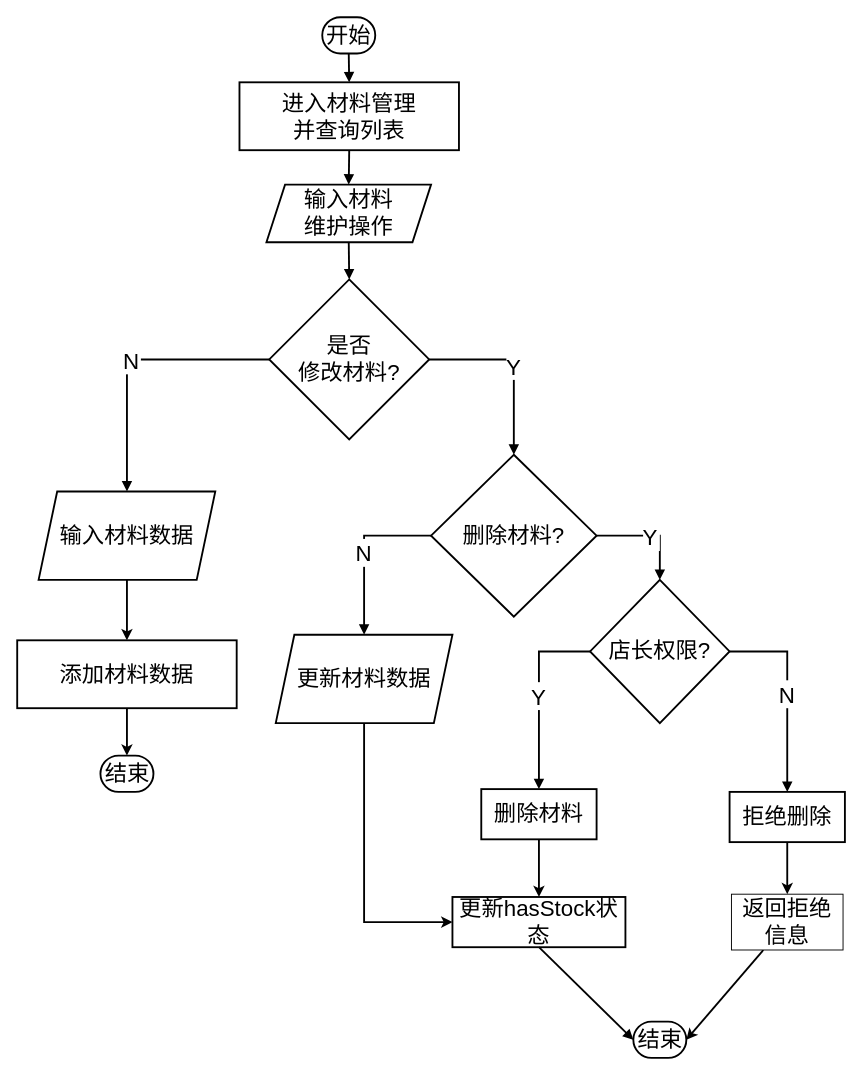
Earlier version of the draw.io diagram 材料信息管理功能流程图.drawio (LichCarlos/darwIo). Source tidied: cells renumbered, new cells numbered last; positions are measured from the earlier drawing's top-left corner, leaving out a move shared by most shapes. Both pictures are drawn from the tidied source at 93%, with x=0, y=0 at pixel (17, 17).
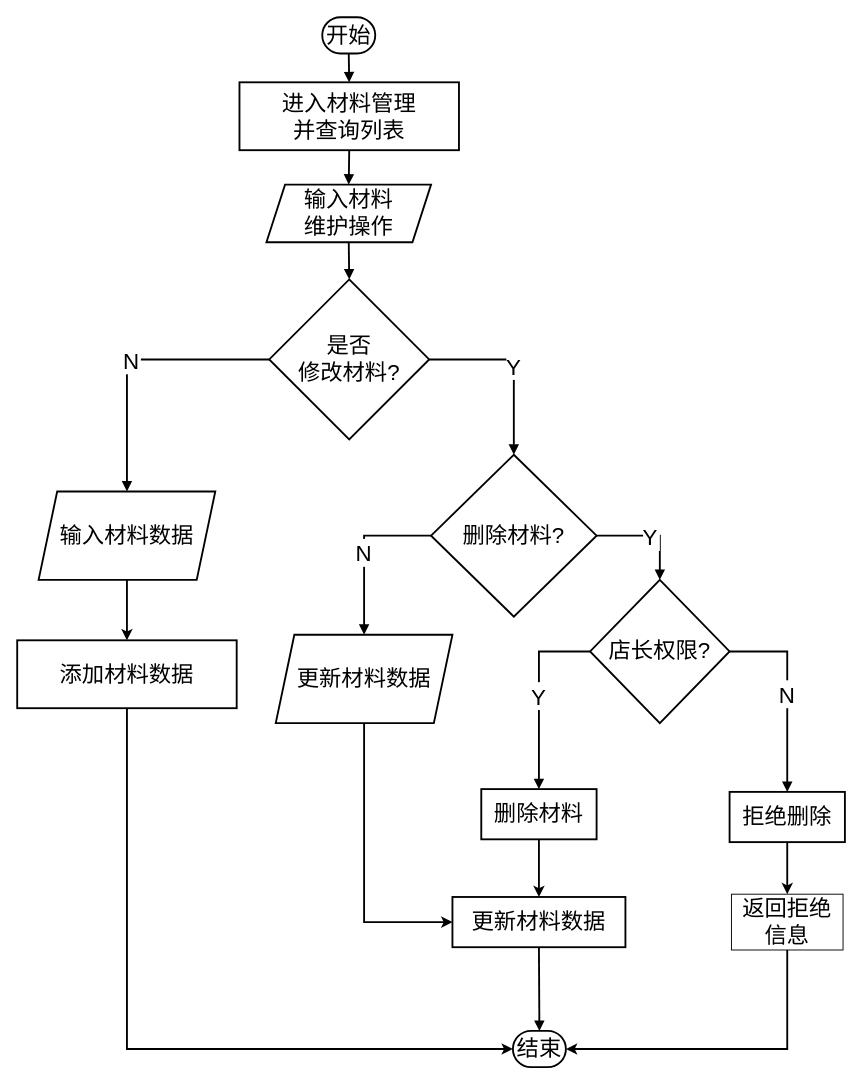
After the change.

Commit message:
更新材料信息管理功能流程图.drawio

The change refers to these unchanged cells:
```xml
<mxCell id="29" value="&lt;span style=&quot;font-size: 24px;&quot;&gt;返回拒绝信息&lt;/span&gt;" style="rounded=0;whiteSpace=wrap;html=1;" parent="1" vertex="1">
  <mxGeometry x="768" y="943" width="120" height="60" as="geometry" />
</mxCell>
<mxCell id="33" value="添加材料数据" style="whiteSpace=wrap;strokeWidth=2;fontSize=24;" parent="1" vertex="1">
  <mxGeometry y="670" width="236" height="73" as="geometry" />
</mxCell>
```

The edit, as a diff of the source:
```diff
@@
-    <mxCell id="15" value="更新hasStock状态" style="whiteSpace=wrap;strokeWidth=2;fontSize=24;" parent="1" vertex="1">
+    <mxCell id="15" value="更新材料数据" style="whiteSpace=wrap;strokeWidth=2;fontSize=24;" parent="1" vertex="1">
       <mxGeometry x="468" y="946" width="186" height="54" as="geometry" />
     </mxCell>
@@
-    <mxCell id="25" style="startArrow=none;endArrow=block;strokeWidth=2;exitX=0.5;exitY=1;entryX=0;entryY=0.5;rounded=0;fontSize=24;entryDx=0;entryDy=0;" parent="1" edge="1" source="15" target="31">
+    <mxCell id="25" style="startArrow=none;endArrow=block;strokeWidth=2;exitX=0.5;exitY=1;entryX=0.5;entryY=0;rounded=0;fontSize=24;entryDx=0;entryDy=0;" parent="1" edge="1" source="15" target="31">
       <mxGeometry relative="1" as="geometry" />
     </mxCell>
@@
-    <mxCell id="28" style="rounded=0;jettySize=auto;html=1;entryX=1;entryY=0.5;entryDx=0;entryDy=0;strokeWidth=2;" parent="1" edge="1" source="29" target="31">
+    <mxCell id="28" style="rounded=0;jettySize=auto;html=1;entryX=1;entryY=0.5;entryDx=0;entryDy=0;strokeWidth=2;edgeStyle=orthogonalEdgeStyle;exitX=0.5;exitY=1;exitDx=0;exitDy=0;" parent="1" edge="1" source="29" target="31">
       <mxGeometry relative="1" as="geometry" />
     </mxCell>
@@
     <mxCell id="31" value="结束" style="rounded=1;whiteSpace=wrap;arcSize=50;strokeWidth=2;fontSize=24;" parent="1" vertex="1">
-      <mxGeometry x="662.5" y="1080" width="57" height="39" as="geometry" />
+      <mxGeometry x="533" y="1090" width="57" height="39" as="geometry" />
     </mxCell>
-    <mxCell id="32" style="edgeStyle=orthogonalEdgeStyle;rounded=0;jettySize=auto;html=1;entryX=0.5;entryY=0;entryDx=0;entryDy=0;strokeWidth=2;" parent="1" edge="1" source="33" target="34">
+    <mxCell id="32" style="edgeStyle=orthogonalEdgeStyle;rounded=0;jettySize=auto;html=1;entryX=0;entryY=0.5;entryDx=0;entryDy=0;strokeWidth=2;exitX=0.5;exitY=1;exitDx=0;exitDy=0;" parent="1" edge="1" source="33" target="31">
       <mxGeometry relative="1" as="geometry" />
     </mxCell>
@@
-    <mxCell id="34" value="结束" style="rounded=1;whiteSpace=wrap;arcSize=50;strokeWidth=2;fontSize=24;" parent="1" vertex="1">
-      <mxGeometry x="89.5" y="794" width="57" height="39" as="geometry" />
-    </mxCell>
```
